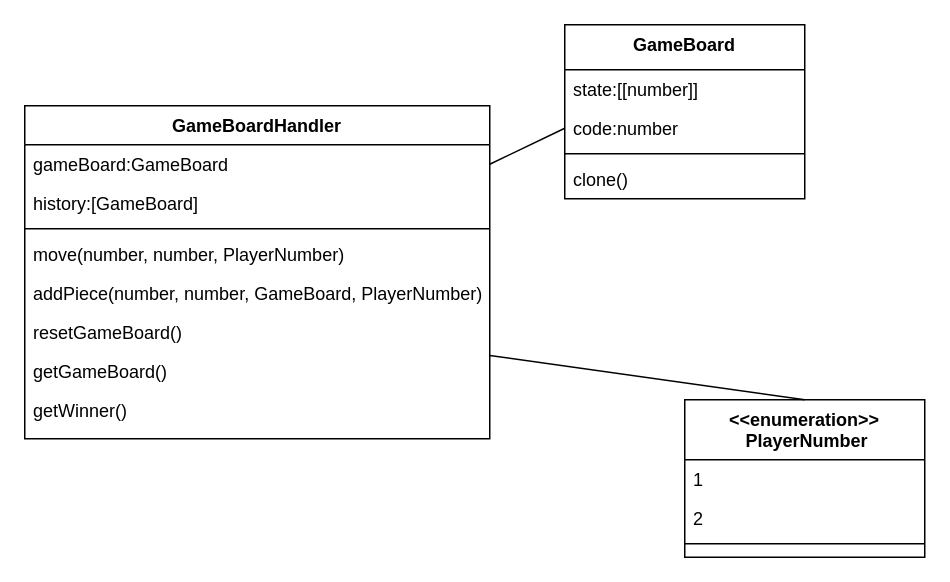
Above: ProductBacklog/Klassendiagramme/Aktuell.drawio in idlaviV/TIKTacToe (draw.io), before the change. Source tidied: cells renumbered, new cells numbered last; positions are measured from the earlier drawing's top-left corner, leaving out a move shared by most shapes. Both pictures are drawn from the tidied source at 150%, with x=0, y=0 at pixel (24, 24).
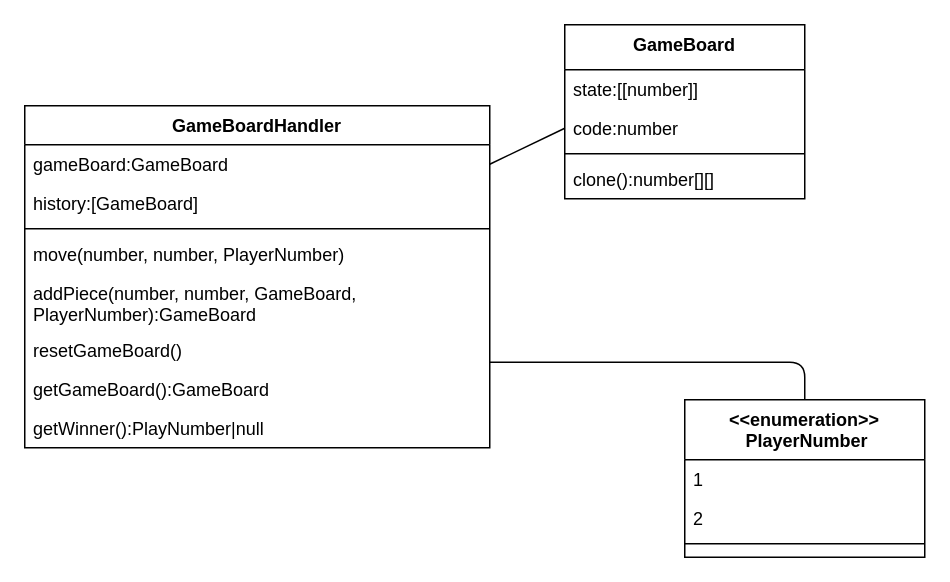
The same page after the edit.

Commit message (it also covers changes not shown here):
Klassendiagramme aufgehübscht (Pfeile sind jetzt besser)

The change refers to these unchanged cells:
```xml
<mxCell id="2" value="GameBoard" style="swimlane;fontStyle=1;align=center;verticalAlign=top;horizontal=1;startSize=30;rounded=0;shadow=0;strokeWidth=1;" parent="1" vertex="1">
  <mxGeometry x="360" width="160" height="116" as="geometry" />
</mxCell>
<mxCell id="16" value="&lt;&lt;enumeration&gt;&gt;&#10; PlayerNumber" style="swimlane;fontStyle=1;align=center;verticalAlign=top;horizontal=1;startSize=40;rounded=0;shadow=0;strokeWidth=1;" parent="1" vertex="1">
  <mxGeometry x="440" y="250" width="160" height="105" as="geometry" />
</mxCell>
```

Change to the diagram source:
```diff
@@
-    <mxCell id="6" value="clone()" style="text;align=left;verticalAlign=top;spacingLeft=4;spacingRight=4;overflow=hidden;fontStyle=0;" parent="2" vertex="1">
+    <mxCell id="6" value="clone():number[][]" style="text;align=left;verticalAlign=top;spacingLeft=4;spacingRight=4;overflow=hidden;fontStyle=0;" parent="2" vertex="1">
       <mxGeometry y="90" width="160" height="26" as="geometry" />
     </mxCell>
     <mxCell id="7" value="GameBoardHandler" style="swimlane;fontStyle=1;align=center;verticalAlign=top;horizontal=1;startSize=26;rounded=0;shadow=0;strokeWidth=1;" parent="1" vertex="1">
-      <mxGeometry y="54" width="310" height="222" as="geometry" />
+      <mxGeometry y="54" width="310" height="228" as="geometry" />
     </mxCell>
@@
-    <mxCell id="12" value="addPiece(number, number, GameBoard, PlayerNumber)" style="text;strokeColor=none;fillColor=none;align=left;verticalAlign=top;spacingLeft=4;spacingRight=4;overflow=hidden;" parent="7" vertex="1">
-      <mxGeometry y="112" width="310" height="26" as="geometry" />
+    <mxCell id="12" value="addPiece(number, number, GameBoard, &#10;PlayerNumber):GameBoard" style="text;strokeColor=none;fillColor=none;align=left;verticalAlign=top;spacingLeft=4;spacingRight=4;overflow=hidden;" parent="7" vertex="1">
+      <mxGeometry y="112" width="310" height="38" as="geometry" />
     </mxCell>
     <mxCell id="13" value="resetGameBoard()" style="text;strokeColor=none;fillColor=none;align=left;verticalAlign=top;spacingLeft=4;spacingRight=4;overflow=hidden;" parent="7" vertex="1">
-      <mxGeometry y="138" width="310" height="26" as="geometry" />
+      <mxGeometry y="150" width="310" height="26" as="geometry" />
     </mxCell>
-    <mxCell id="14" value="getGameBoard()" style="text;strokeColor=none;fillColor=none;align=left;verticalAlign=top;spacingLeft=4;spacingRight=4;overflow=hidden;" parent="7" vertex="1">
-      <mxGeometry y="164" width="310" height="26" as="geometry" />
+    <mxCell id="14" value="getGameBoard():GameBoard" style="text;strokeColor=none;fillColor=none;align=left;verticalAlign=top;spacingLeft=4;spacingRight=4;overflow=hidden;" parent="7" vertex="1">
+      <mxGeometry y="176" width="310" height="26" as="geometry" />
     </mxCell>
-    <mxCell id="15" value="getWinner()" style="text;strokeColor=none;fillColor=none;align=left;verticalAlign=top;spacingLeft=4;spacingRight=4;overflow=hidden;" parent="7" vertex="1">
-      <mxGeometry y="190" width="310" height="26" as="geometry" />
+    <mxCell id="15" value="getWinner():PlayNumber|null" style="text;strokeColor=none;fillColor=none;align=left;verticalAlign=top;spacingLeft=4;spacingRight=4;overflow=hidden;" parent="7" vertex="1">
+      <mxGeometry y="202" width="310" height="26" as="geometry" />
     </mxCell>
@@
-    <mxCell id="21" style="endArrow=none;html=1;entryX=1;entryY=0.75;entryDx=0;entryDy=0;exitX=0.5;exitY=0;exitDx=0;exitDy=0;" parent="1" edge="1" source="16" target="7">
+    <mxCell id="21" style="endArrow=none;html=1;entryX=1;entryY=0.75;entryDx=0;entryDy=0;exitX=0.5;exitY=0;exitDx=0;exitDy=0;edgeStyle=orthogonalEdgeStyle;" parent="1" edge="1" source="16" target="7">
       <mxGeometry relative="1" as="geometry" />
     </mxCell>
```
